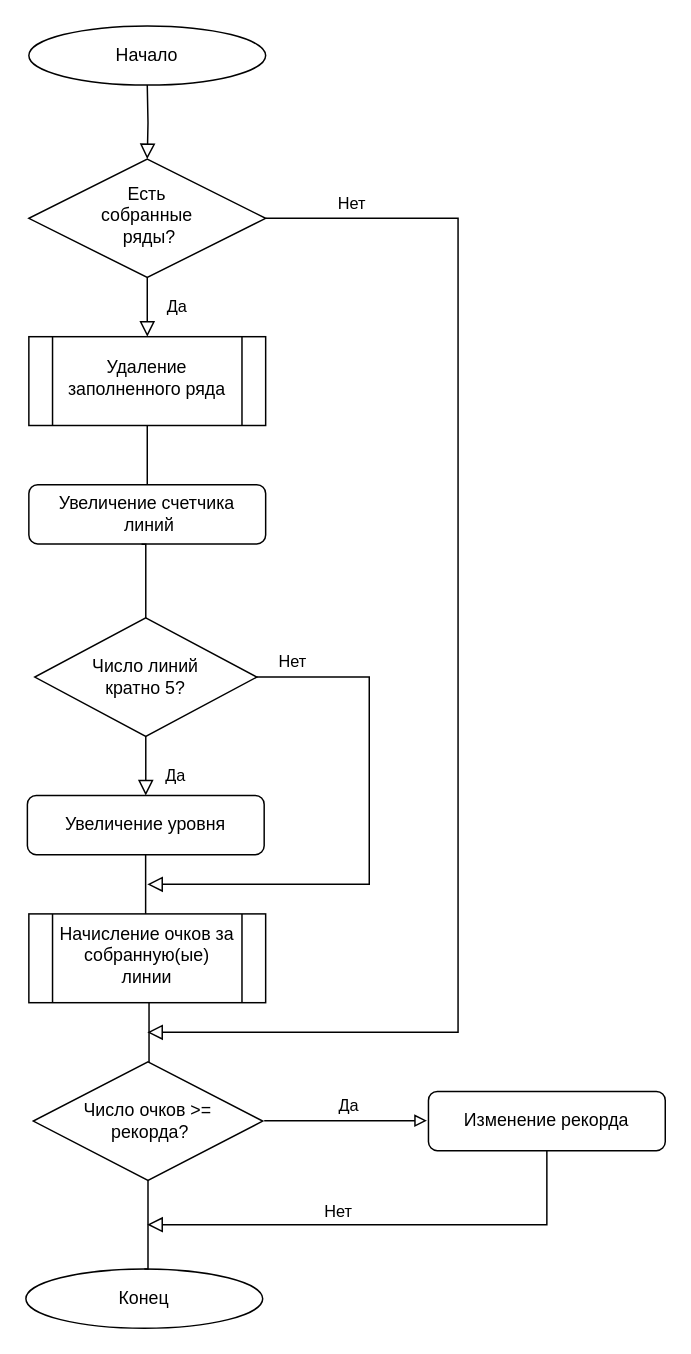
Above: Диаграмма без названия.drawio in SweetPeachBlossom/Visual-Programming (draw.io), before the change. Source tidied: cells renumbered, new cells numbered last; positions are measured from the earlier drawing's top-left corner, leaving out a move shared by most shapes. Both pictures are drawn from the tidied source at 148%, with x=0, y=0 at pixel (25, 25).
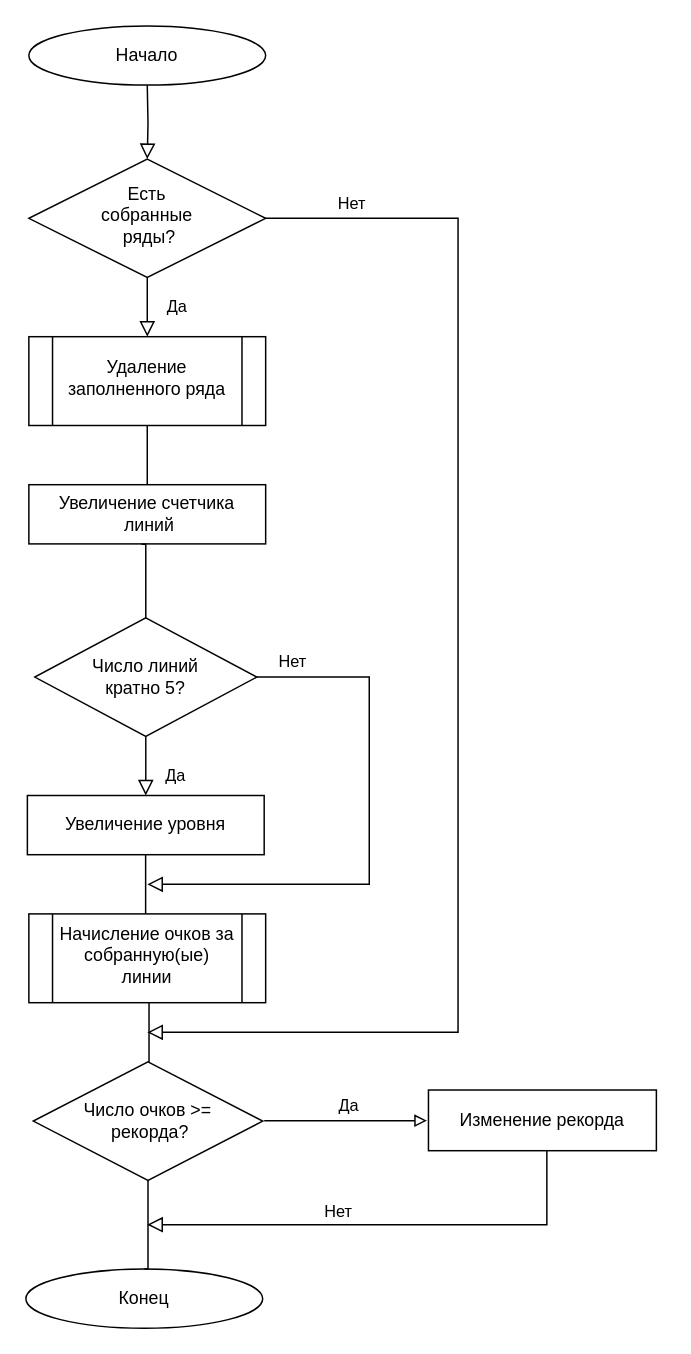
The same page after the edit.

Change to the diagram source:
```diff
@@
-    <mxCell id="8" value="Увеличение счетчика&lt;br&gt;&amp;nbsp;линий" style="rounded=1;whiteSpace=wrap;html=1;fontSize=12;glass=0;strokeWidth=1;shadow=0;" parent="1" vertex="1">
+    <mxCell id="8" value="Увеличение счетчика&lt;br&gt;&amp;nbsp;линий" style="rounded=0;whiteSpace=wrap;html=1;fontSize=12;glass=0;strokeWidth=1;shadow=0;" parent="1" vertex="1">
       <mxGeometry x="2" y="310" width="160" height="40" as="geometry" />
     </mxCell>
@@
-    <mxCell id="14" value="Увеличение уровня" style="rounded=1;whiteSpace=wrap;html=1;fontSize=12;glass=0;strokeWidth=1;shadow=0;" parent="1" vertex="1">
+    <mxCell id="14" value="Увеличение уровня" style="rounded=0;whiteSpace=wrap;html=1;fontSize=12;glass=0;strokeWidth=1;shadow=0;gradientColor=none;" parent="1" vertex="1">
       <mxGeometry x="1" y="520" width="160" height="40" as="geometry" />
     </mxCell>
@@
-    <mxCell id="22" value="Изменение рекорда" style="rounded=1;whiteSpace=wrap;html=1;fontSize=12;glass=0;strokeWidth=1;shadow=0;" parent="1" vertex="1">
-      <mxGeometry x="272" y="720" width="160" height="40" as="geometry" />
-    </mxCell>
-    <mxCell id="23" style="edgeStyle=orthogonalEdgeStyle;rounded=0;html=1;jettySize=auto;fontSize=11;endArrow=block;endFill=0;endSize=8;strokeWidth=1;shadow=0;labelBackgroundColor=none;exitX=0.5;exitY=1;exitDx=0;exitDy=0;" parent="1" edge="1" source="22">
+    <mxCell id="23" style="edgeStyle=orthogonalEdgeStyle;rounded=0;html=1;jettySize=auto;orthogonalLoop=1;fontSize=11;endArrow=block;endFill=0;endSize=8;strokeWidth=1;shadow=0;labelBackgroundColor=none;exitX=0.5;exitY=1;exitDx=0;exitDy=0;" parent="1" edge="1">
       <mxGeometry x="-0.87" y="10" relative="1" as="geometry">
+        <mxPoint x="352" y="760" as="sourcePoint" />
         <mxPoint x="82" y="810" as="targetPoint" />
         <Array as="points">
           <mxPoint x="352" y="810" />
         </Array>
       </mxGeometry>
     </mxCell>
@@
+    <mxCell id="22" value="Изменение рекорда" style="rounded=0;whiteSpace=wrap;html=1;" parent="1" vertex="1">
+      <mxGeometry x="272" y="719" width="154" height="41" as="geometry" />
+    </mxCell>
```
